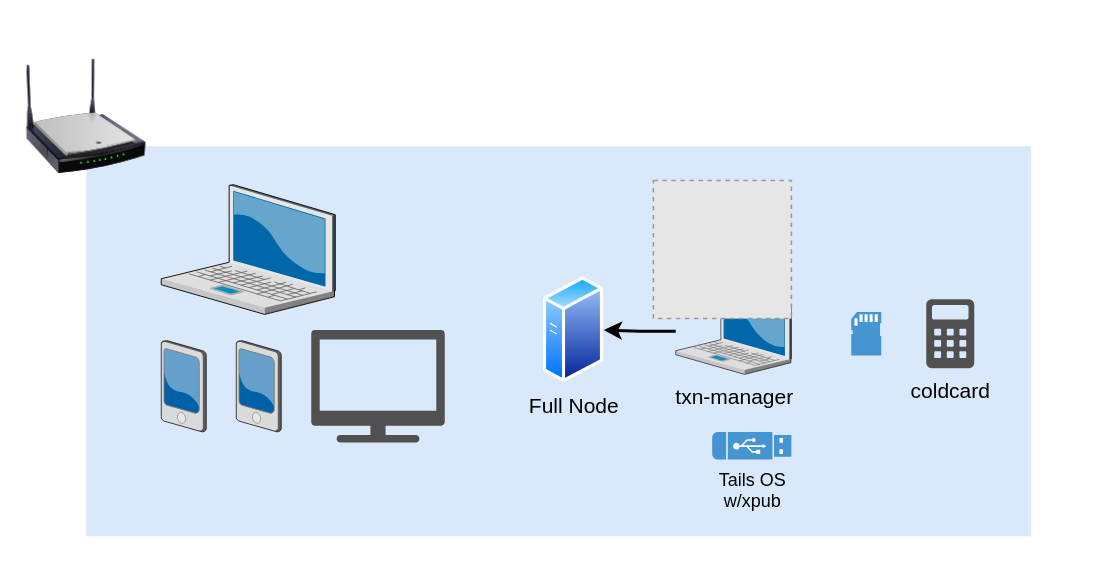
Earlier version of the draw.io diagram page "Level-4" (4 of 12) of saving.drawio (rschristopher/rschristopher.github.io). Source tidied: cells renumbered, new cells numbered last; positions are measured from the earlier drawing's top-left corner, leaving out a move shared by most shapes. Both pictures are drawn from the tidied source at 150%, with x=0, y=0 at pixel (26, 56). Pictures stored in the file or linked from it are replaced by grey dashed boxes.
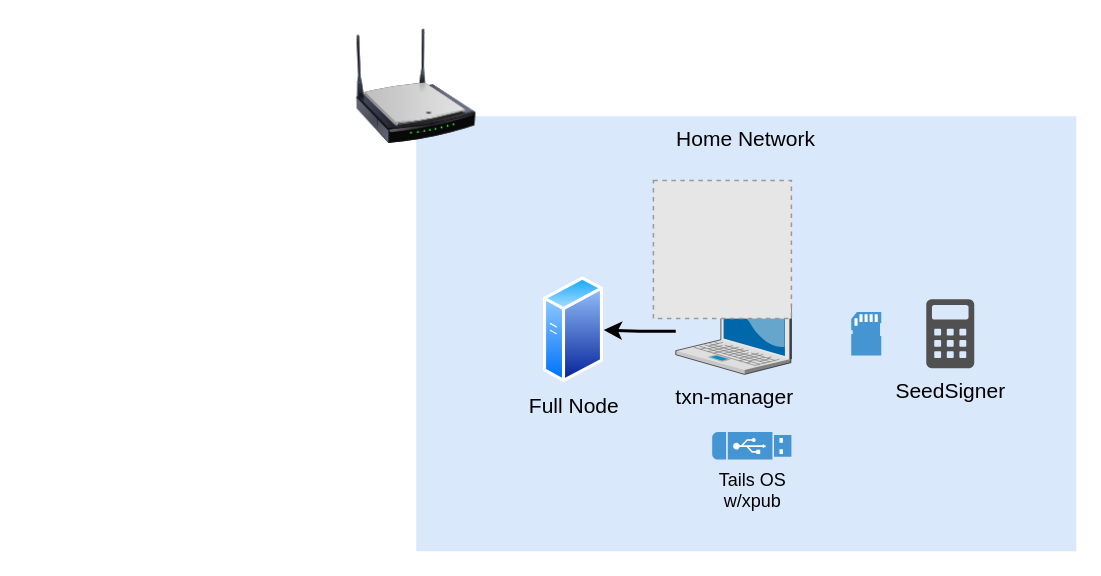
Above is the later version.

What changed in the source:
```diff
@@
 <mxGraphModel>
   <root>
     <mxCell id="0" />
     <mxCell id="1" parent="0" />
-    <mxCell id="2" style="whiteSpace=wrap;html=1;fillColor=#dae8fc;fontSize=14;strokeColor=none;verticalAlign=top;" parent="1" vertex="1">
-      <mxGeometry x="40" y="60" width="630" height="260" as="geometry" />
+    <mxCell id="2" value="Home Network" style="whiteSpace=wrap;html=1;fillColor=#dae8fc;fontSize=14;strokeColor=none;verticalAlign=top;" parent="1" vertex="1">
+      <mxGeometry x="260" y="40" width="440" height="290" as="geometry" />
     </mxCell>
-    <mxCell id="3" style="verticalLabelPosition=bottom;html=1;verticalAlign=top;strokeColor=none;shape=mxgraph.citrix.laptop_2;fillColor=#66B2FF;gradientColor=#0066CC;fontSize=14;" parent="1" vertex="1">
-      <mxGeometry x="90" y="85.6" width="116" height="86.5" as="geometry" />
-    </mxCell>
-    <mxCell id="4" style="verticalLabelPosition=bottom;html=1;verticalAlign=top;strokeColor=none;shape=mxgraph.citrix.pda;fillColor=#66B2FF;gradientColor=#0066CC;fontSize=14;" parent="1" vertex="1">
-      <mxGeometry x="90" y="189.5" width="30" height="61" as="geometry" />
-    </mxCell>
     <mxCell id="5" style="image;html=1;image=img/lib/clip_art/networking/Wireless_Router_N_128x128.png;" parent="1" vertex="1">
-      <mxGeometry width="80" height="80" as="geometry" />
+      <mxGeometry x="220" y="-20" width="80" height="80" as="geometry" />
     </mxCell>
-    <mxCell id="6" style="verticalLabelPosition=bottom;html=1;verticalAlign=top;strokeColor=none;shape=mxgraph.citrix.pda;fillColor=#66B2FF;gradientColor=#0066CC;fontSize=14;" parent="1" vertex="1">
-      <mxGeometry x="140" y="189.5" width="30" height="61" as="geometry" />
-    </mxCell>
-    <mxCell id="7" style="sketch=0;shadow=0;dashed=0;html=1;strokeColor=none;fillColor=#505050;labelPosition=center;verticalLabelPosition=bottom;verticalAlign=top;align=center;shape=mxgraph.office.devices.tv;labelBackgroundColor=#FFFFFF;" parent="1" vertex="1">
-      <mxGeometry x="190" y="182.5" width="89" height="75" as="geometry" />
-    </mxCell>
     <mxCell id="8" style="edgeStyle=orthogonalEdgeStyle;rounded=0;jettySize=auto;html=1;fontSize=14;fontColor=#000000;endArrow=classic;endFill=1;strokeWidth=2;" parent="1" edge="1" source="9" target="15">
       <mxGeometry relative="1" as="geometry" />
     </mxCell>
     <mxCell id="9" value="txn-manager" style="verticalLabelPosition=bottom;html=1;verticalAlign=top;strokeColor=none;shape=mxgraph.citrix.laptop_2;fillColor=#66B2FF;gradientColor=#0066CC;fontSize=14;" parent="1" vertex="1">
       <mxGeometry x="433" y="154.6" width="77.1" height="57.5" as="geometry" />
     </mxCell>
     <mxCell id="10" value="Tails OS&lt;br&gt;w/xpub" style="shadow=0;dashed=0;html=1;strokeColor=none;fillColor=#4495D1;labelPosition=center;verticalLabelPosition=bottom;verticalAlign=top;align=center;shape=mxgraph.veeam.usb;labelBackgroundColor=none;" parent="1" vertex="1">
       <mxGeometry x="457.3" y="250.5" width="52.8" height="18.4" as="geometry" />
     </mxCell>
     <mxCell id="11" style="fillColor=#E6E6E6;strokeColor=#999999;dashed=1;verticalLabelPosition=bottom;verticalAlign=top;labelBackgroundColor=none;" parent="1" vertex="1">
       <mxGeometry x="418.1" y="82.9" width="92" height="92" as="geometry" />
     </mxCell>
     <mxCell id="12" style="shadow=0;dashed=0;html=1;strokeColor=none;fillColor=#4495D1;labelPosition=center;verticalLabelPosition=bottom;verticalAlign=top;align=center;shape=mxgraph.veeam.sd_card;labelBackgroundColor=#E6E6E6;" parent="1" vertex="1">
       <mxGeometry x="550" y="170.5" width="20" height="29" as="geometry" />
     </mxCell>
-    <mxCell id="13" value="&lt;font color=&quot;#000000&quot;&gt;coldcard&lt;br&gt;&lt;/font&gt;" style="sketch=0;shadow=0;dashed=0;html=1;strokeColor=none;fillColor=#505050;labelPosition=center;verticalLabelPosition=bottom;verticalAlign=top;align=center;shape=mxgraph.office.concepts.calculator;labelBackgroundColor=none;fontSize=14;fontColor=#FFFFFF;" parent="1" vertex="1">
+    <mxCell id="13" value="&lt;font color=&quot;#000000&quot;&gt;SeedSigner&lt;br&gt;&lt;/font&gt;" style="sketch=0;shadow=0;dashed=0;html=1;strokeColor=none;fillColor=#505050;labelPosition=center;verticalLabelPosition=bottom;verticalAlign=top;align=center;shape=mxgraph.office.concepts.calculator;labelBackgroundColor=none;fontSize=14;fontColor=#FFFFFF;" parent="1" vertex="1">
       <mxGeometry x="600" y="162" width="32" height="46" as="geometry" />
     </mxCell>
     <mxCell id="14" style="group;" parent="1" vertex="1">
       <mxGeometry x="330" y="150" width="75" height="98.2" as="geometry" />
     </mxCell>
     <mxCell id="15" style="perimeter=ellipsePerimeter;html=1;align=center;shadow=0;dashed=0;spacingTop=3;image;image=img/lib/active_directory/generic_server.svg;strokeWidth=2;" parent="14" vertex="1">
       <mxGeometry x="15" y="-3.2" width="40" height="71.4" as="geometry" />
     </mxCell>
     <mxCell id="16" value="&lt;font style=&quot;font-size: 14px;&quot;&gt;Full Node&lt;/font&gt;" style="text;html=1;align=center;verticalAlign=middle;strokeColor=none;fillColor=none;" parent="14" vertex="1">
       <mxGeometry x="-5" y="68.2" width="80" height="30" as="geometry" />
     </mxCell>
   </root>
 </mxGraphModel>
```
